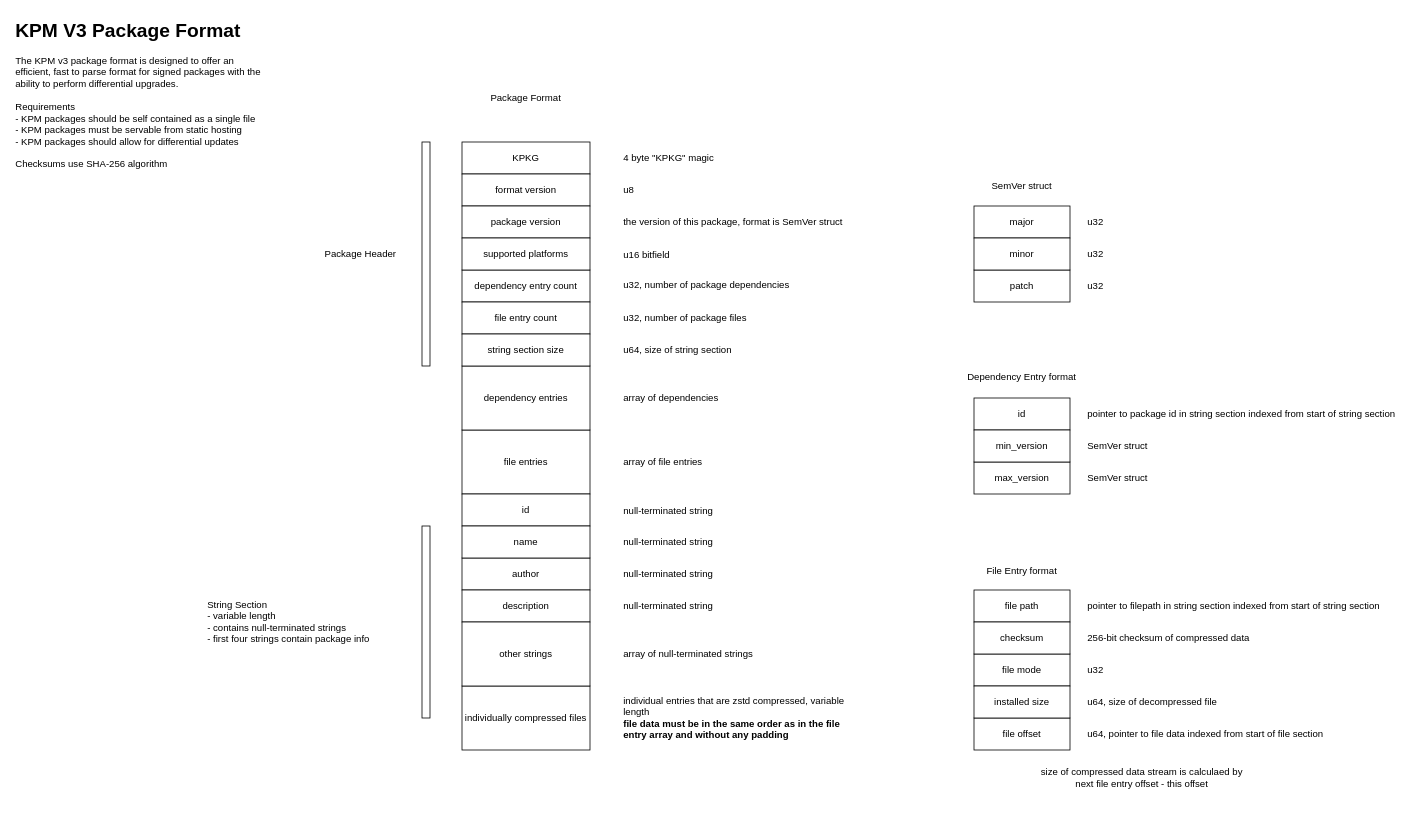
This is rfcs/KPKG 3 Spec.drawio from KindleModding/KPM, a draw.io file, before an edit. Source tidied: cells renumbered, new cells numbered last; positions are measured from the earlier drawing's top-left corner, leaving out a move shared by most shapes. Both pictures are drawn from the tidied source at 80%, with x=0, y=0 at pixel (14, 14).
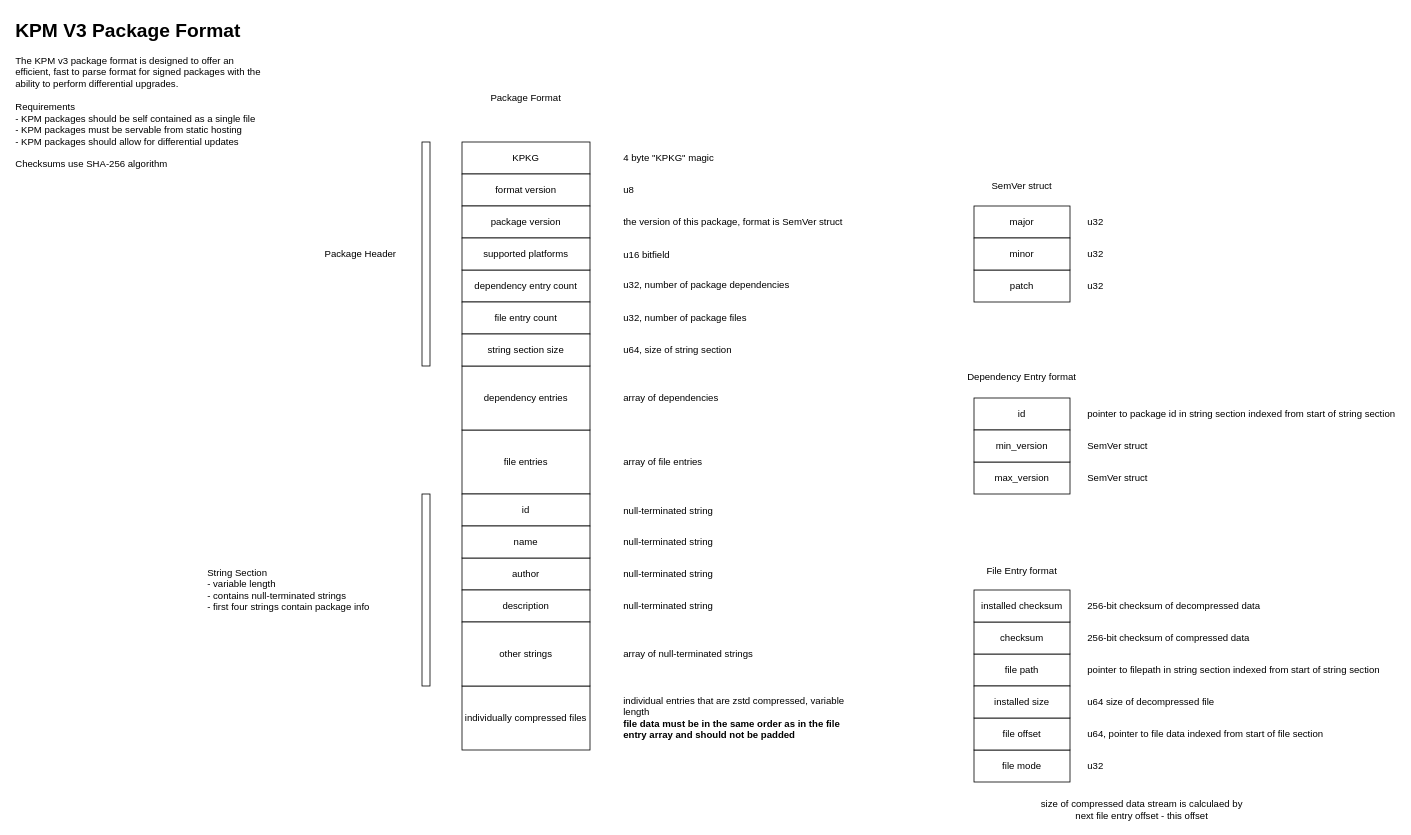
The same page after the edit.

Commit message (it also covers changes not shown here):
Finalise KPKG3 spec

What changed in the source:
```diff
@@
     <mxCell id="5" value="String Section&lt;div&gt;- variable length&lt;/div&gt;&lt;div&gt;- contains null-terminated strings&lt;/div&gt;&lt;div&gt;- first four strings contain package info&lt;/div&gt;" style="text;html=1;whiteSpace=wrap;strokeColor=none;fillColor=none;align=left;verticalAlign=middle;rounded=0;" parent="1" vertex="1">
-      <mxGeometry x="240" y="700" width="240" height="120" as="geometry" />
+      <mxGeometry x="240" y="660" width="240" height="120" as="geometry" />
     </mxCell>
@@
     <mxCell id="7" value="file path" style="rounded=0;whiteSpace=wrap;html=1;" parent="1" vertex="1">
-      <mxGeometry x="1200" y="720" width="120" height="40" as="geometry" />
+      <mxGeometry x="1200" y="800" width="120" height="40" as="geometry" />
     </mxCell>
     <mxCell id="8" value="pointer to filepath in string section indexed from start of string section" style="text;html=1;whiteSpace=wrap;strokeColor=none;fillColor=none;align=left;verticalAlign=middle;rounded=0;" parent="1" vertex="1">
-      <mxGeometry x="1340" y="720" width="370" height="40" as="geometry" />
+      <mxGeometry x="1340" y="800" width="370" height="40" as="geometry" />
     </mxCell>
     <mxCell id="9" value="file mode" style="rounded=0;whiteSpace=wrap;html=1;" parent="1" vertex="1">
-      <mxGeometry x="1200" y="800" width="120" height="40" as="geometry" />
+      <mxGeometry x="1200" y="920" width="120" height="40" as="geometry" />
     </mxCell>
     <mxCell id="10" value="u32" style="text;html=1;whiteSpace=wrap;strokeColor=none;fillColor=none;align=left;verticalAlign=middle;rounded=0;" parent="1" vertex="1">
-      <mxGeometry x="1340" y="800" width="120" height="40" as="geometry" />
+      <mxGeometry x="1340" y="920" width="120" height="40" as="geometry" />
     </mxCell>
@@
     <mxCell id="16" style="rounded=0;whiteSpace=wrap;html=1;align=left;" parent="1" vertex="1">
-      <mxGeometry x="510" y="640" width="10" height="240" as="geometry" />
+      <mxGeometry x="510" y="600" width="10" height="240" as="geometry" />
     </mxCell>
-    <mxCell id="17" value="individual entries that are zstd compressed, variable length&lt;div&gt;&lt;b&gt;file data must be in the same order as in the file entry array and without any padding&lt;/b&gt;&lt;/div&gt;" style="text;html=1;whiteSpace=wrap;strokeColor=none;fillColor=none;align=left;verticalAlign=middle;rounded=0;" parent="1" vertex="1">
+    <mxCell id="17" value="individual entries that are zstd compressed, variable length&lt;div&gt;&lt;b&gt;file data must be in the same order as in the file entry array and should not be padded&lt;/b&gt;&lt;/div&gt;" style="text;html=1;whiteSpace=wrap;strokeColor=none;fillColor=none;align=left;verticalAlign=middle;rounded=0;" parent="1" vertex="1">
       <mxGeometry x="760" y="840" width="280" height="80" as="geometry" />
     </mxCell>
@@
     <mxCell id="61" value="size of compressed data stream is calculaed by next file entry offset - this offset" style="text;html=1;whiteSpace=wrap;strokeColor=none;fillColor=none;align=center;verticalAlign=middle;rounded=0;" parent="1" vertex="1">
-      <mxGeometry x="1280" y="940" width="260" height="30" as="geometry" />
+      <mxGeometry x="1280" y="980" width="260" height="30" as="geometry" />
     </mxCell>
@@
-    <mxCell id="63" value="u64, size of decompressed file" style="text;html=1;whiteSpace=wrap;strokeColor=none;fillColor=none;align=left;verticalAlign=middle;rounded=0;" parent="1" vertex="1">
+    <mxCell id="63" value="u64 size of decompressed file" style="text;html=1;whiteSpace=wrap;strokeColor=none;fillColor=none;align=left;verticalAlign=middle;rounded=0;" parent="1" vertex="1">
       <mxGeometry x="1340" y="840" width="185" height="40" as="geometry" />
     </mxCell>
+    <mxCell id="64" value="installed checksum" style="rounded=0;whiteSpace=wrap;html=1;" parent="1" vertex="1">
+      <mxGeometry x="1200" y="720" width="120" height="40" as="geometry" />
+    </mxCell>
+    <mxCell id="65" value="256-bit checksum of decompressed data" style="text;html=1;whiteSpace=wrap;strokeColor=none;fillColor=none;align=left;verticalAlign=middle;rounded=0;" parent="1" vertex="1">
+      <mxGeometry x="1340" y="720" width="280" height="40" as="geometry" />
+    </mxCell>
```
